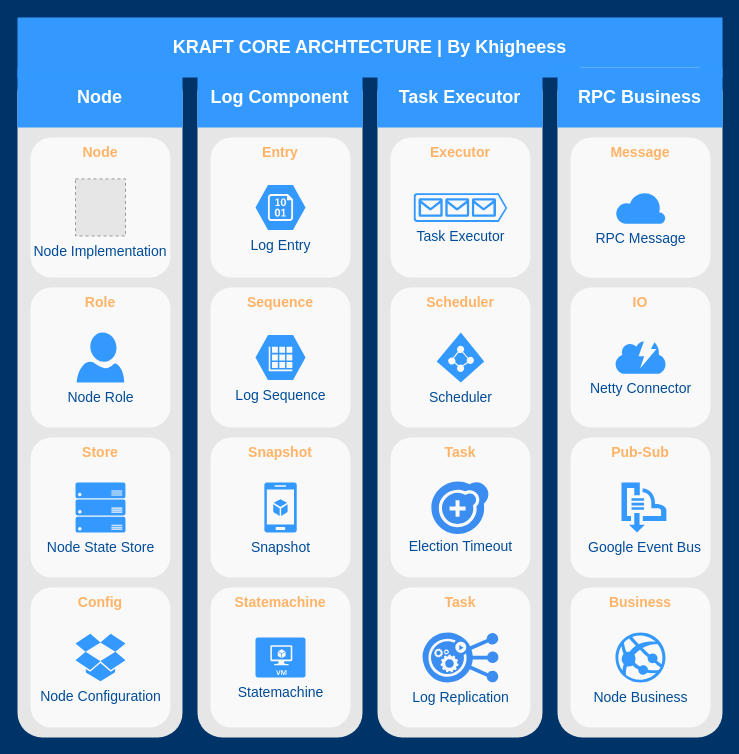
Before: images/kraft.drawio in Khighness/kraft, a draw.io diagram. Source tidied: cells renumbered, new cells numbered last; positions are measured from the earlier drawing's top-left corner, leaving out a move shared by most shapes. Both pictures are drawn from the tidied source at 100%, with x=0, y=0 at pixel (17, 17). Pictures stored in the file or linked from it are replaced by grey dashed boxes.
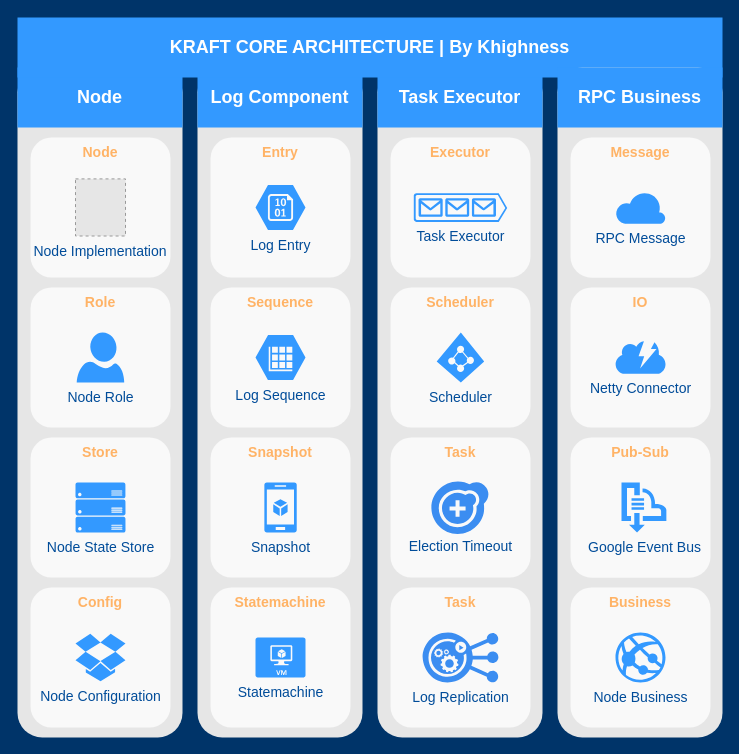
Above is the later version.

Diff of the diagram source:
```diff
@@
-    <mxCell id="50" value="KRAFT CORE ARCHTECTURE | By Khigheess" style="whiteSpace=wrap;html=1;dashed=1;strokeColor=none;strokeWidth=2;fillColor=#3399FF;fontFamily=Helvetica;fontSize=18;fontColor=#FFFFFF;fontStyle=1;" parent="1" vertex="1">
+    <mxCell id="50" value="KRAFT CORE ARCHITECTURE | By Khighness" style="whiteSpace=wrap;html=1;dashed=1;strokeColor=none;strokeWidth=2;fillColor=#3399FF;fontFamily=Helvetica;fontSize=18;fontColor=#FFFFFF;fontStyle=1;" parent="1" vertex="1">
       <mxGeometry width="705" height="60" as="geometry" />
     </mxCell>
```
